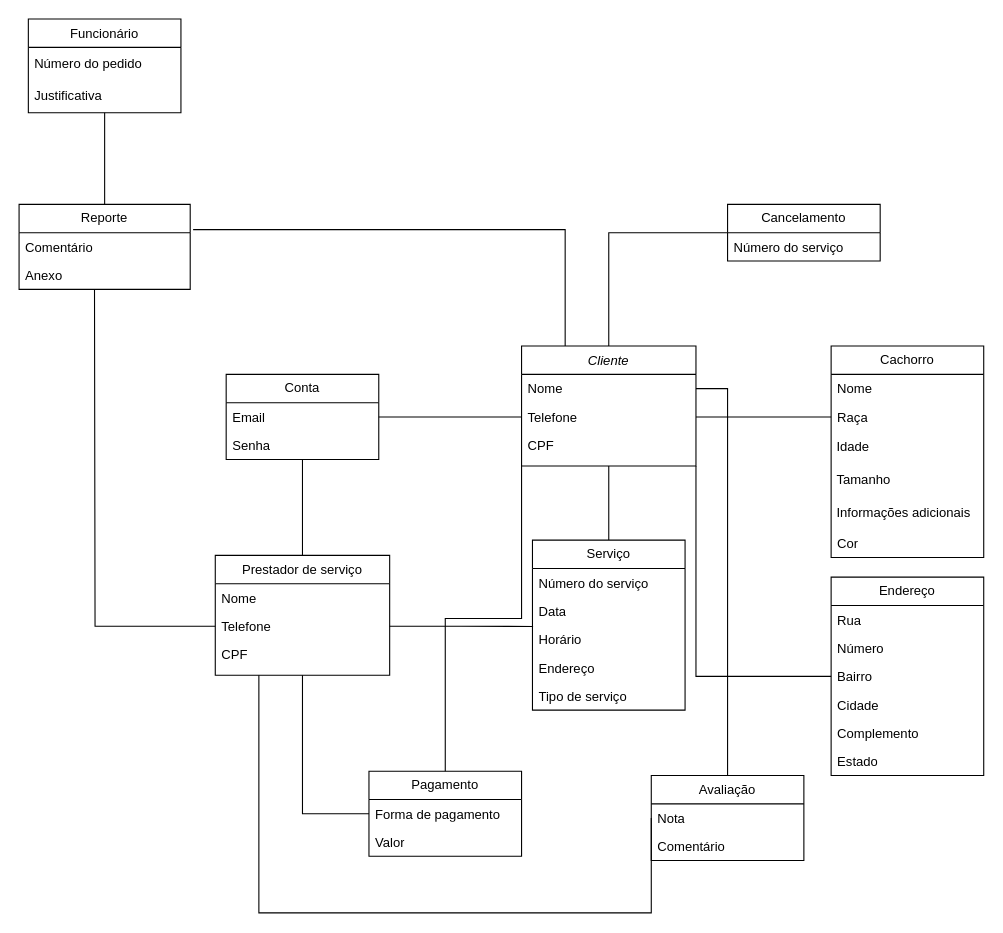
Above: diagrama de classes.drawio in wholocked1/projeto_eng_software_041 (draw.io), before the change. Source tidied: cells renumbered, new cells numbered last; positions are measured from the earlier drawing's top-left corner, leaving out a move shared by most shapes. Both pictures are drawn from the tidied source at 109%, with x=0, y=0 at pixel (19, 19).
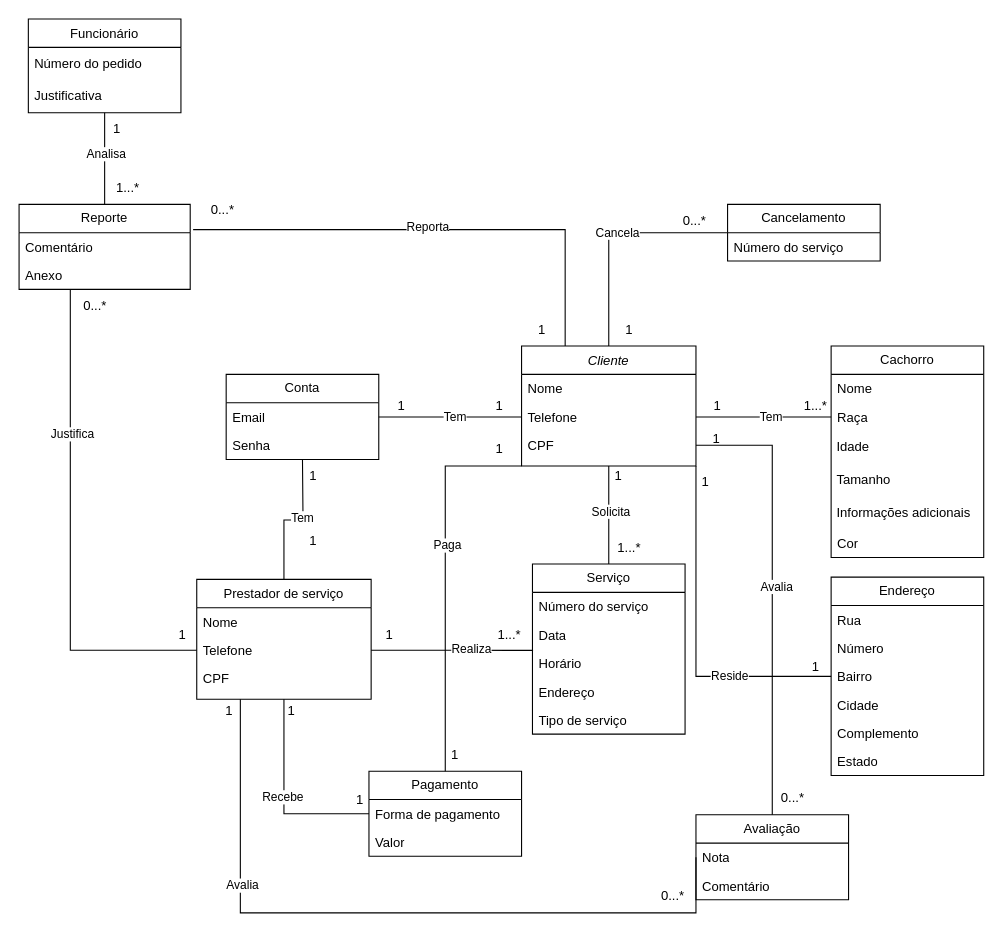
Above is the later version.

The change refers to these unchanged cells:
```xml
<mxCell id="2" style="edgeStyle=orthogonalEdgeStyle;rounded=0;jettySize=auto;html=1;exitX=0.5;exitY=1;exitDx=0;exitDy=0;entryX=0.5;entryY=0;entryDx=0;entryDy=0;endArrow=none;endFill=0;" parent="1" edge="1" source="6" target="48">
  <mxGeometry relative="1" as="geometry" />
</mxCell>
<mxCell id="3" style="edgeStyle=orthogonalEdgeStyle;rounded=0;jettySize=auto;html=1;exitX=0.5;exitY=0;exitDx=0;exitDy=0;entryX=0;entryY=0.5;entryDx=0;entryDy=0;endArrow=none;endFill=0;" parent="1" edge="1" source="6" target="29">
  <mxGeometry relative="1" as="geometry" />
</mxCell>
<mxCell id="4" style="edgeStyle=orthogonalEdgeStyle;rounded=0;jettySize=auto;html=1;exitX=1;exitY=1;exitDx=0;exitDy=0;entryX=0;entryY=0.5;entryDx=0;entryDy=0;endArrow=none;endFill=0;" parent="1" edge="1" source="6" target="40">
  <mxGeometry relative="1" as="geometry" />
</mxCell>
<mxCell id="6" value="Cliente" style="swimlane;fontStyle=2;align=center;verticalAlign=top;horizontal=1;startSize=26;rounded=0;shadow=0;strokeWidth=1;" parent="1" vertex="1">
  <mxGeometry x="461" y="300" width="160" height="110" as="geometry" />
</mxCell>
<mxCell id="7" value="Nome" style="text;align=left;verticalAlign=top;spacingLeft=4;spacingRight=4;overflow=hidden;points=[[0,0.5],[1,0.5]];portConstraint=eastwest;" parent="6" vertex="1">
  <mxGeometry y="26" width="160" height="26" as="geometry" />
</mxCell>
<mxCell id="9" value="CPF" style="text;align=left;verticalAlign=top;spacingLeft=4;spacingRight=4;overflow=hidden;points=[[0,0.5],[1,0.5]];portConstraint=eastwest;rounded=0;shadow=0;html=0;" parent="6" vertex="1">
  <mxGeometry y="78" width="160" height="26" as="geometry" />
</mxCell>
<mxCell id="13" style="edgeStyle=orthogonalEdgeStyle;rounded=0;jettySize=auto;html=1;exitX=0.5;exitY=0;exitDx=0;exitDy=0;endArrow=none;endFill=0;" parent="1" edge="1" source="14">
  <mxGeometry relative="1" as="geometry">
    <mxPoint x="260" y="404" as="targetPoint" />
  </mxGeometry>
</mxCell>
<mxCell id="17" value="Telefone" style="text;align=left;verticalAlign=top;spacingLeft=4;spacingRight=4;overflow=hidden;points=[[0,0.5],[1,0.5]];portConstraint=eastwest;rounded=0;shadow=0;html=0;" parent="14" vertex="1">
  <mxGeometry y="52" width="160" height="26" as="geometry" />
</mxCell>
<mxCell id="34" value="Pagamento" style="swimlane;fontStyle=0;horizontal=1;startSize=26;fillColor=none;whiteSpace=wrap;html=1;" parent="1" vertex="1">
  <mxGeometry x="321" y="690" width="140" height="78" as="geometry" />
</mxCell>
<mxCell id="44" style="edgeStyle=orthogonalEdgeStyle;rounded=0;jettySize=auto;html=1;exitX=0.5;exitY=0;exitDx=0;exitDy=0;entryX=0.5;entryY=1;entryDx=0;entryDy=0;endArrow=none;endFill=0;" parent="1" edge="1" source="45" target="12">
  <mxGeometry relative="1" as="geometry" />
</mxCell>
<mxCell id="47" value="Anexo" style="text;strokeColor=none;fillColor=none;align=left;verticalAlign=top;spacingLeft=4;spacingRight=4;overflow=hidden;points=[[0,0.5],[1,0.5]];portConstraint=eastwest;whiteSpace=wrap;html=1;" parent="45" vertex="1">
  <mxGeometry y="52" width="157" height="26" as="geometry" />
</mxCell>
<mxCell id="54" style="edgeStyle=orthogonalEdgeStyle;rounded=0;jettySize=auto;html=1;exitX=1;exitY=0.5;exitDx=0;exitDy=0;entryX=0;entryY=0.5;entryDx=0;entryDy=0;endArrow=none;endFill=0;" parent="1" edge="1" source="20" target="8">
  <mxGeometry relative="1" as="geometry" />
</mxCell>
<mxCell id="55" style="edgeStyle=orthogonalEdgeStyle;rounded=0;jettySize=auto;html=1;exitX=1;exitY=0.5;exitDx=0;exitDy=0;entryX=0;entryY=0.5;entryDx=0;entryDy=0;endArrow=none;endFill=0;" parent="1" edge="1" source="8" target="24">
  <mxGeometry relative="1" as="geometry" />
</mxCell>
<mxCell id="56" style="edgeStyle=orthogonalEdgeStyle;rounded=0;jettySize=auto;html=1;exitX=1;exitY=0.5;exitDx=0;exitDy=0;entryX=0.004;entryY=1.046;entryDx=0;entryDy=0;entryPerimeter=0;endArrow=none;endFill=0;" parent="1" edge="1" source="17" target="50">
  <mxGeometry relative="1" as="geometry" />
</mxCell>
<mxCell id="57" style="edgeStyle=orthogonalEdgeStyle;rounded=0;jettySize=auto;html=1;exitX=0.25;exitY=0;exitDx=0;exitDy=0;entryX=1.017;entryY=-0.108;entryDx=0;entryDy=0;entryPerimeter=0;endArrow=none;endFill=0;" parent="1" edge="1" source="6" target="46">
  <mxGeometry relative="1" as="geometry" />
</mxCell>
<mxCell id="58" style="edgeStyle=orthogonalEdgeStyle;rounded=0;jettySize=auto;html=1;exitX=0;exitY=0.5;exitDx=0;exitDy=0;entryX=0.5;entryY=1;entryDx=0;entryDy=0;endArrow=none;endFill=0;" parent="1" edge="1" source="35" target="14">
  <mxGeometry relative="1" as="geometry" />
</mxCell>
<mxCell id="60" style="edgeStyle=orthogonalEdgeStyle;rounded=0;jettySize=auto;html=1;exitX=0;exitY=0.5;exitDx=0;exitDy=0;entryX=0.25;entryY=1;entryDx=0;entryDy=0;endArrow=none;endFill=0;" parent="1" edge="1" source="32" target="14">
  <mxGeometry relative="1" as="geometry">
    <Array as="points">
      <mxPoint x="580" y="820" />
      <mxPoint x="220" y="820" />
    </Array>
  </mxGeometry>
</mxCell>
```

What changed in the source:
```diff
@@
+    <mxCell id="61" value="Solicita" style="edgeLabel;html=1;align=center;verticalAlign=middle;" parent="2" vertex="1">
+      <mxGeometry x="-0.09" y="1" relative="1" as="geometry" />
+    </mxCell>
@@
+    <mxCell id="62" value="Cancela" style="edgeLabel;html=1;align=center;verticalAlign=middle;" parent="3" vertex="1">
+      <mxGeometry x="0.04" y="1" relative="1" as="geometry" />
+    </mxCell>
@@
+    <mxCell id="63" value="Reside" style="edgeLabel;html=1;align=center;verticalAlign=middle;" parent="4" vertex="1">
+      <mxGeometry x="0.41" y="1" relative="1" as="geometry" />
+    </mxCell>
     <mxCell id="5" style="edgeStyle=orthogonalEdgeStyle;rounded=0;jettySize=auto;html=1;exitX=0;exitY=1;exitDx=0;exitDy=0;entryX=0.5;entryY=0;entryDx=0;entryDy=0;endArrow=none;endFill=0;" parent="1" edge="1" source="6" target="34">
-      <mxGeometry relative="1" as="geometry" />
+      <mxGeometry relative="1" as="geometry">
+        <Array as="points">
+          <mxPoint x="391" y="410" />
+        </Array>
+      </mxGeometry>
     </mxCell>
+    <mxCell id="64" value="Paga" style="edgeLabel;html=1;align=center;verticalAlign=middle;" parent="5" vertex="1">
+      <mxGeometry x="-0.19" y="1" relative="1" as="geometry" />
+    </mxCell>
@@
+    <mxCell id="65" value="Tem" style="edgeLabel;html=1;align=center;verticalAlign=middle;" parent="13" vertex="1">
+      <mxGeometry x="0.11" y="3" relative="1" as="geometry">
+        <mxPoint y="1" as="offset" />
+      </mxGeometry>
+    </mxCell>
     <mxCell id="14" value="Prestador de serviço" style="swimlane;fontStyle=0;align=center;verticalAlign=top;horizontal=1;startSize=26;rounded=0;shadow=0;strokeWidth=1;" parent="1" vertex="1">
-      <mxGeometry x="180" y="492" width="160" height="110" as="geometry" />
+      <mxGeometry x="163" y="514" width="160" height="110" as="geometry" />
     </mxCell>
@@
-    <mxCell id="16" style="edgeStyle=orthogonalEdgeStyle;rounded=0;jettySize=auto;html=1;exitX=0;exitY=0.5;exitDx=0;exitDy=0;endArrow=none;endFill=0;" parent="14" edge="1" source="17">
-      <mxGeometry relative="1" as="geometry">
-        <mxPoint x="-110.8" y="-244.4" as="targetPoint" />
-      </mxGeometry>
-    </mxCell>
@@
     <mxCell id="31" value="Avaliação" style="swimlane;fontStyle=0;horizontal=1;startSize=26;fillColor=none;whiteSpace=wrap;html=1;" parent="1" vertex="1">
-      <mxGeometry x="580" y="694" width="140" height="78" as="geometry" />
+      <mxGeometry x="621" y="730" width="140" height="78" as="geometry" />
     </mxCell>
@@
+    <mxCell id="66" value="Analisa" style="edgeLabel;html=1;align=center;verticalAlign=middle;" parent="44" vertex="1">
+      <mxGeometry x="0.1" y="-1" relative="1" as="geometry">
+        <mxPoint y="-1" as="offset" />
+      </mxGeometry>
+    </mxCell>
@@
     <mxCell id="48" value="Serviço" style="swimlane;fontStyle=0;horizontal=1;startSize=26;fillColor=none;whiteSpace=wrap;html=1;" parent="1" vertex="1">
-      <mxGeometry x="471" y="478" width="140" height="156" as="geometry" />
+      <mxGeometry x="471" y="500" width="140" height="156" as="geometry" />
     </mxCell>
@@
+    <mxCell id="67" value="Tem" style="edgeLabel;html=1;align=center;verticalAlign=middle;" parent="54" vertex="1">
+      <mxGeometry x="0.04" y="1" relative="1" as="geometry">
+        <mxPoint x="1" as="offset" />
+      </mxGeometry>
+    </mxCell>
@@
+    <mxCell id="68" value="Tem" style="edgeLabel;html=1;align=center;verticalAlign=middle;" parent="55" vertex="1">
+      <mxGeometry x="0.1" y="1" relative="1" as="geometry" />
+    </mxCell>
@@
+    <mxCell id="69" value="Realiza" style="edgeLabel;html=1;align=center;verticalAlign=middle;" parent="56" vertex="1">
+      <mxGeometry x="0.22" y="2" relative="1" as="geometry">
+        <mxPoint x="1" as="offset" />
+      </mxGeometry>
+    </mxCell>
@@
+    <mxCell id="70" value="Reporta" style="edgeLabel;html=1;align=center;verticalAlign=middle;" parent="57" vertex="1">
+      <mxGeometry x="0.04" y="-3" relative="1" as="geometry" />
+    </mxCell>
@@
+    <mxCell id="71" value="Recebe" style="edgeLabel;html=1;align=center;verticalAlign=middle;" parent="58" vertex="1">
+      <mxGeometry x="0.02" y="2" relative="1" as="geometry">
+        <mxPoint y="-1" as="offset" />
+      </mxGeometry>
+    </mxCell>
-    <mxCell id="59" style="edgeStyle=orthogonalEdgeStyle;rounded=0;jettySize=auto;html=1;exitX=1;exitY=0.5;exitDx=0;exitDy=0;entryX=0.5;entryY=0;entryDx=0;entryDy=0;endArrow=none;endFill=0;" parent="1" edge="1" source="7" target="31">
+    <mxCell id="59" style="edgeStyle=orthogonalEdgeStyle;rounded=0;jettySize=auto;html=1;exitX=1;exitY=0.5;exitDx=0;exitDy=0;entryX=0.5;entryY=0;entryDx=0;entryDy=0;endArrow=none;endFill=0;" parent="1" edge="1" source="9" target="31">
       <mxGeometry relative="1" as="geometry" />
     </mxCell>
+    <mxCell id="72" value="Avalia" style="edgeLabel;html=1;align=center;verticalAlign=middle;" parent="59" vertex="1">
+      <mxGeometry x="-0.02" y="3" relative="1" as="geometry">
+        <mxPoint y="-1" as="offset" />
+      </mxGeometry>
+    </mxCell>
@@
+    <mxCell id="73" value="Avalia" style="edgeLabel;html=1;align=center;verticalAlign=middle;" parent="60" vertex="1">
+      <mxGeometry x="0.49" y="-1" relative="1" as="geometry" />
+    </mxCell>
+    <mxCell id="74" value="1...*" style="text;html=1;align=center;verticalAlign=middle;whiteSpace=wrap;rounded=0;" parent="1" vertex="1">
+      <mxGeometry x="70" y="140" width="60" height="30" as="geometry" />
+    </mxCell>
+    <mxCell id="75" value="1" style="text;html=1;align=center;verticalAlign=middle;whiteSpace=wrap;rounded=0;" parent="1" vertex="1">
+      <mxGeometry x="60" y="86" width="60" height="30" as="geometry" />
+    </mxCell>
+    <mxCell id="76" value="0...*" style="text;html=1;align=center;verticalAlign=middle;whiteSpace=wrap;rounded=0;" parent="1" vertex="1">
+      <mxGeometry x="157" y="160" width="60" height="30" as="geometry" />
+    </mxCell>
+    <mxCell id="77" value="1" style="text;html=1;align=center;verticalAlign=middle;whiteSpace=wrap;rounded=0;" parent="1" vertex="1">
+      <mxGeometry x="450" y="270" width="60" height="30" as="geometry" />
+    </mxCell>
+    <mxCell id="78" value="1" style="text;html=1;align=center;verticalAlign=middle;whiteSpace=wrap;rounded=0;" parent="1" vertex="1">
+      <mxGeometry x="530" y="270" width="60" height="30" as="geometry" />
+    </mxCell>
+    <mxCell id="79" value="0...*" style="text;html=1;align=center;verticalAlign=middle;whiteSpace=wrap;rounded=0;" parent="1" vertex="1">
+      <mxGeometry x="590" y="170" width="60" height="30" as="geometry" />
+    </mxCell>
+    <mxCell id="80" value="1" style="text;html=1;align=center;verticalAlign=middle;whiteSpace=wrap;rounded=0;" parent="1" vertex="1">
+      <mxGeometry x="611" y="340" width="60" height="30" as="geometry" />
+    </mxCell>
+    <mxCell id="81" value="1...*" style="text;html=1;align=center;verticalAlign=middle;whiteSpace=wrap;rounded=0;" parent="1" vertex="1">
+      <mxGeometry x="701" y="340" width="60" height="30" as="geometry" />
+    </mxCell>
+    <mxCell id="82" value="1" style="text;html=1;align=center;verticalAlign=middle;whiteSpace=wrap;rounded=0;" parent="1" vertex="1">
+      <mxGeometry x="321" y="340" width="60" height="30" as="geometry" />
+    </mxCell>
+    <mxCell id="83" value="1" style="text;html=1;align=center;verticalAlign=middle;whiteSpace=wrap;rounded=0;" parent="1" vertex="1">
+      <mxGeometry x="411" y="340" width="60" height="30" as="geometry" />
+    </mxCell>
+    <mxCell id="84" value="1" style="text;html=1;align=center;verticalAlign=middle;whiteSpace=wrap;rounded=0;" parent="1" vertex="1">
+      <mxGeometry x="240" y="404" width="60" height="30" as="geometry" />
+    </mxCell>
+    <mxCell id="85" value="1" style="text;html=1;align=center;verticalAlign=middle;whiteSpace=wrap;rounded=0;" parent="1" vertex="1">
+      <mxGeometry x="240" y="464" width="60" height="30" as="geometry" />
+    </mxCell>
+    <mxCell id="86" value="0...*" style="text;html=1;align=center;verticalAlign=middle;whiteSpace=wrap;rounded=0;" parent="1" vertex="1">
+      <mxGeometry x="40" y="248" width="60" height="30" as="geometry" />
+    </mxCell>
+    <mxCell id="87" value="1" style="text;html=1;align=center;verticalAlign=middle;whiteSpace=wrap;rounded=0;" parent="1" vertex="1">
+      <mxGeometry x="120" y="550" width="60" height="30" as="geometry" />
+    </mxCell>
+    <mxCell id="88" value="1" style="text;html=1;align=center;verticalAlign=middle;whiteSpace=wrap;rounded=0;" parent="1" vertex="1">
+      <mxGeometry x="520" y="404" width="60" height="30" as="geometry" />
+    </mxCell>
+    <mxCell id="89" value="1...*" style="text;html=1;align=center;verticalAlign=middle;whiteSpace=wrap;rounded=0;" parent="1" vertex="1">
+      <mxGeometry x="530" y="470" width="60" height="30" as="geometry" />
+    </mxCell>
+    <mxCell id="90" value="1" style="text;html=1;align=center;verticalAlign=middle;whiteSpace=wrap;rounded=0;" parent="1" vertex="1">
+      <mxGeometry x="310" y="550" width="60" height="30" as="geometry" />
+    </mxCell>
+    <mxCell id="91" value="1...*" style="text;html=1;align=center;verticalAlign=middle;whiteSpace=wrap;rounded=0;" parent="1" vertex="1">
+      <mxGeometry x="420" y="550" width="60" height="30" as="geometry" />
+    </mxCell>
+    <mxCell id="92" value="1" style="text;html=1;align=center;verticalAlign=middle;whiteSpace=wrap;rounded=0;" parent="1" vertex="1">
+      <mxGeometry x="600" y="410" width="60" height="30" as="geometry" />
+    </mxCell>
+    <mxCell id="93" value="1" style="text;html=1;align=center;verticalAlign=middle;whiteSpace=wrap;rounded=0;" parent="1" vertex="1">
+      <mxGeometry x="701" y="580" width="60" height="30" as="geometry" />
+    </mxCell>
+    <mxCell id="94" value="1" style="text;html=1;align=center;verticalAlign=middle;whiteSpace=wrap;rounded=0;" parent="1" vertex="1">
+      <mxGeometry x="411" y="380" width="60" height="30" as="geometry" />
+    </mxCell>
+    <mxCell id="95" value="1" style="text;html=1;align=center;verticalAlign=middle;whiteSpace=wrap;rounded=0;" parent="1" vertex="1">
+      <mxGeometry x="370" y="660" width="60" height="30" as="geometry" />
+    </mxCell>
+    <mxCell id="96" value="1" style="text;html=1;align=center;verticalAlign=middle;whiteSpace=wrap;rounded=0;" parent="1" vertex="1">
+      <mxGeometry x="610" y="370" width="60" height="30" as="geometry" />
+    </mxCell>
+    <mxCell id="97" value="0...*" style="text;html=1;align=center;verticalAlign=middle;whiteSpace=wrap;rounded=0;" parent="1" vertex="1">
+      <mxGeometry x="680" y="700" width="60" height="30" as="geometry" />
+    </mxCell>
+    <mxCell id="98" value="1" style="text;html=1;align=center;verticalAlign=middle;whiteSpace=wrap;rounded=0;" parent="1" vertex="1">
+      <mxGeometry x="220" y="620" width="60" height="30" as="geometry" />
+    </mxCell>
+    <mxCell id="99" value="1" style="text;html=1;align=center;verticalAlign=middle;whiteSpace=wrap;rounded=0;" parent="1" vertex="1">
+      <mxGeometry x="283" y="702" width="60" height="30" as="geometry" />
+    </mxCell>
+    <mxCell id="100" value="1" style="text;html=1;align=center;verticalAlign=middle;whiteSpace=wrap;rounded=0;" parent="1" vertex="1">
+      <mxGeometry x="163" y="620" width="60" height="30" as="geometry" />
+    </mxCell>
+    <mxCell id="101" value="0...*" style="text;html=1;align=center;verticalAlign=middle;whiteSpace=wrap;rounded=0;" parent="1" vertex="1">
+      <mxGeometry x="570" y="790" width="60" height="30" as="geometry" />
+    </mxCell>
+    <mxCell id="16" style="edgeStyle=orthogonalEdgeStyle;rounded=0;jettySize=auto;html=1;exitX=0;exitY=0.5;exitDx=0;exitDy=0;endArrow=none;endFill=0;" parent="1" edge="1" source="17" target="47">
+      <mxGeometry relative="1" as="geometry">
+        <Array as="points">
+          <mxPoint x="47" y="579" />
+        </Array>
+      </mxGeometry>
+    </mxCell>
+    <mxCell id="102" value="Justifica" style="edgeLabel;html=1;align=center;verticalAlign=middle;" parent="16" vertex="1">
+      <mxGeometry x="0.41" y="-1" relative="1" as="geometry" />
+    </mxCell>
```
